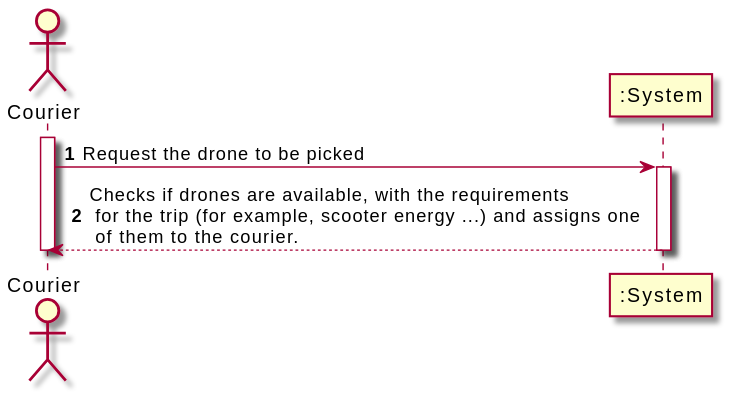
Before: Documents/UC18/UC18_SSD.svg, a diagram exported from PlantUML (1190452/LAPR3).
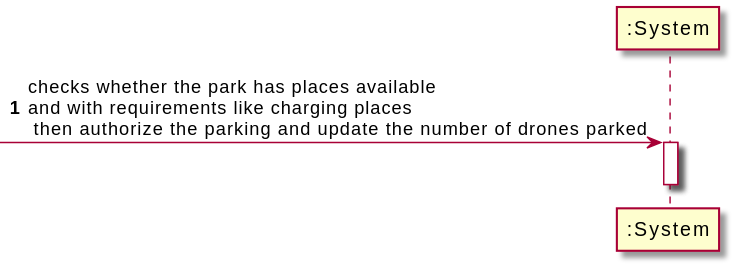
After the commit.

Diff of the diagram source:
```diff
@@ -1,13 +1,8 @@
 @startuml
 autonumber
-actor "Courier" as COR
-
-activate COR
-COR -> ":System" : Request the drone to be picked
-activate ":System"
-":System" --> COR : Checks if drones are available, with the requirements \n for the trip (for example, scooter energy ...) and assigns one\n of them to the courier.
-deactivate ":System"
 
 
-deactivate COR
+ -> ":System" : checks whether the park has places available \nand with requirements like charging places\n then authorize the parking and update the number of drones parked
+activate ":System"
+deactivate ":System"
 @enduml
```
